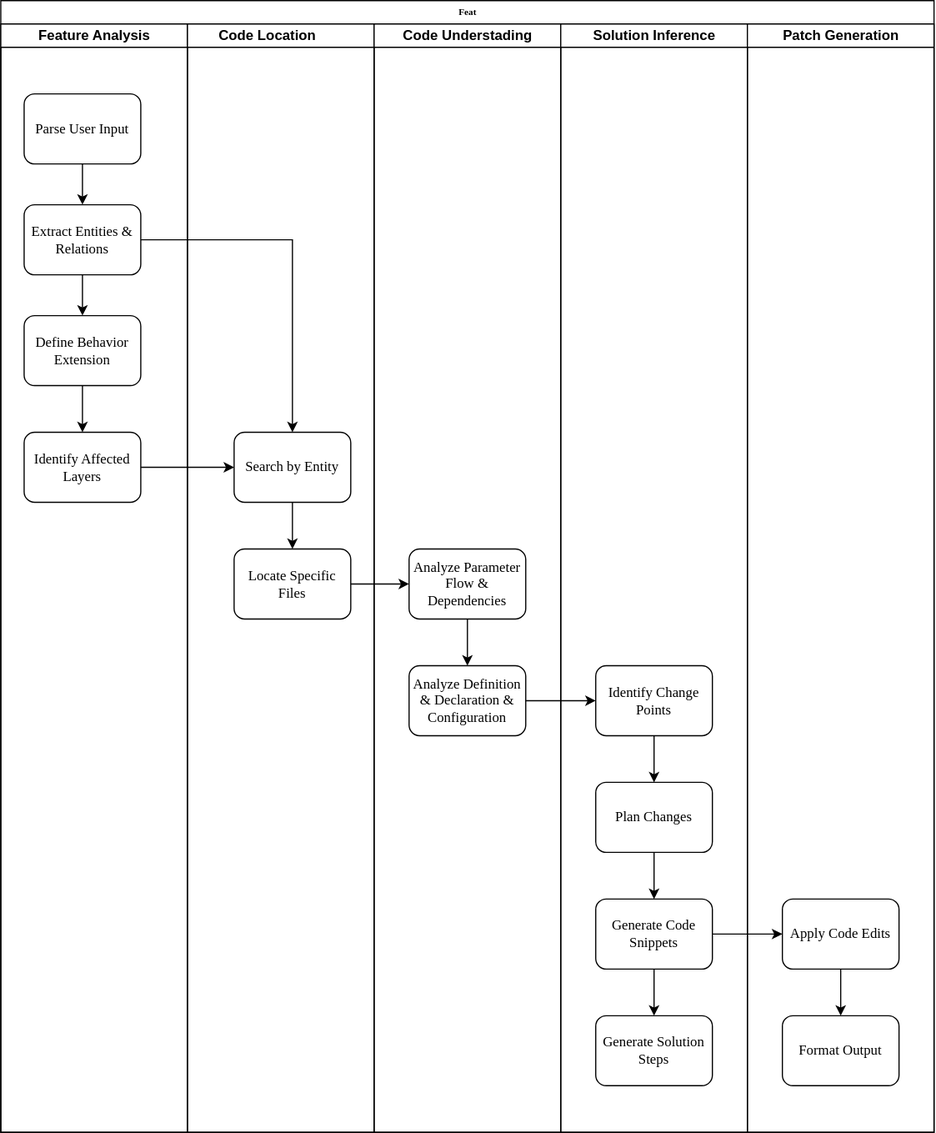
This is feat.svg from BullFrogDianDian/SoftEngineer, a draw.io export, as it was before one commit. Source tidied: cells renumbered, new cells last; positions are measured from the earlier drawing's top-left corner, leaving out a move shared by most shapes.
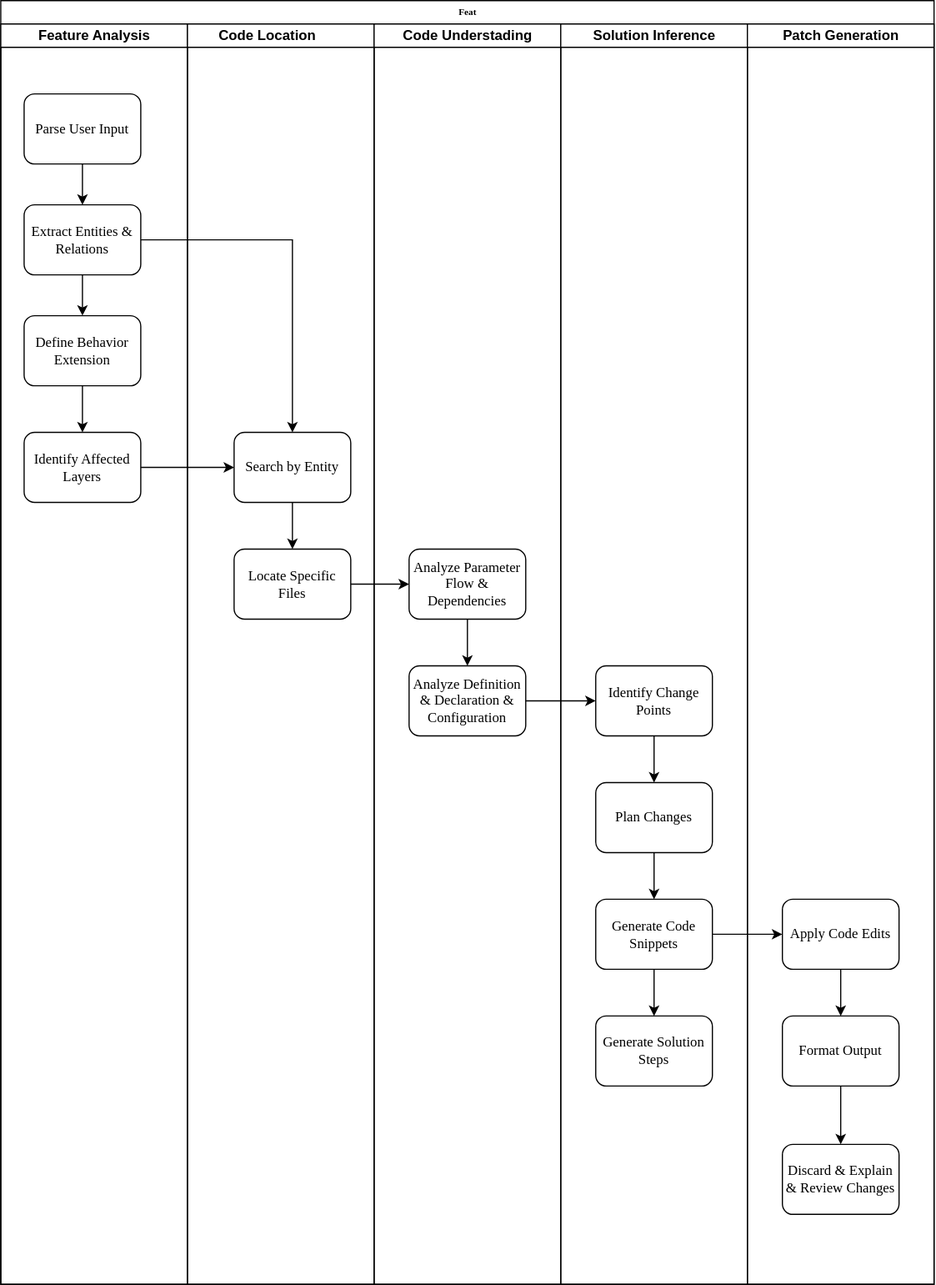
The same file after the commit.

Diff of the diagram source:
```diff
@@ -3,10 +3,10 @@
     <mxCell id="0" />
     <mxCell id="1" parent="0" />
     <mxCell id="2" value="Feat" style="swimlane;html=1;startSize=20;rounded=0;shadow=0;labelBackgroundColor=none;strokeWidth=1;fontFamily=Verdana;fontSize=8;align=center;" parent="1" vertex="1">
-      <mxGeometry width="800" height="970" as="geometry" />
+      <mxGeometry width="800" height="1100" as="geometry" />
     </mxCell>
     <mxCell id="3" value="Feature Analysis" style="swimlane;html=1;startSize=20;" parent="2" vertex="1">
-      <mxGeometry y="20" width="160" height="950" as="geometry" />
+      <mxGeometry y="20" width="160" height="1080" as="geometry" />
     </mxCell>
     <mxCell id="4" style="edgeStyle=orthogonalEdgeStyle;rounded=0;jettySize=auto;html=1;curved=0;endSize=6;startSize=6;" parent="3" edge="1" source="5" target="7">
       <mxGeometry relative="1" as="geometry" />
@@ -30,7 +30,7 @@
       <mxGeometry x="20" y="350" width="100" height="60" as="geometry" />
     </mxCell>
     <mxCell id="11" value="Code Location&lt;span style=&quot;white-space: pre;&quot;&gt;&#9;&lt;/span&gt;" style="swimlane;html=1;startSize=20;" parent="2" vertex="1">
-      <mxGeometry x="160" y="20" width="160" height="950" as="geometry" />
+      <mxGeometry x="160" y="20" width="160" height="1080" as="geometry" />
     </mxCell>
     <mxCell id="12" style="edgeStyle=orthogonalEdgeStyle;rounded=0;jettySize=auto;html=1;" parent="11" edge="1" source="13" target="14">
       <mxGeometry relative="1" as="geometry" />
@@ -42,7 +42,7 @@
       <mxGeometry x="40" y="450" width="100" height="60" as="geometry" />
     </mxCell>
     <mxCell id="15" value="Code Understading" style="swimlane;html=1;startSize=20;" parent="2" vertex="1">
-      <mxGeometry x="320" y="20" width="160" height="950" as="geometry" />
+      <mxGeometry x="320" y="20" width="160" height="1080" as="geometry" />
     </mxCell>
     <mxCell id="16" style="edgeStyle=orthogonalEdgeStyle;rounded=0;jettySize=auto;html=1;" parent="15" edge="1" source="17" target="18">
       <mxGeometry relative="1" as="geometry" />
@@ -54,7 +54,7 @@
       <mxGeometry x="30" y="550" width="100" height="60" as="geometry" />
     </mxCell>
     <mxCell id="19" value="Solution Inference" style="swimlane;html=1;startSize=20;" parent="2" vertex="1">
-      <mxGeometry x="480" y="20" width="160" height="950" as="geometry" />
+      <mxGeometry x="480" y="20" width="160" height="1080" as="geometry" />
     </mxCell>
     <mxCell id="20" style="edgeStyle=orthogonalEdgeStyle;rounded=0;jettySize=auto;html=1;" parent="19" edge="1" source="21" target="23">
       <mxGeometry relative="1" as="geometry" />
@@ -78,7 +78,7 @@
       <mxGeometry x="30" y="850" width="100" height="60" as="geometry" />
     </mxCell>
     <mxCell id="27" value="Patch Generation" style="swimlane;html=1;startSize=20;" parent="2" vertex="1">
-      <mxGeometry x="640" y="20" width="160" height="950" as="geometry" />
+      <mxGeometry x="640" y="20" width="160" height="1080" as="geometry" />
     </mxCell>
     <mxCell id="28" style="edgeStyle=orthogonalEdgeStyle;rounded=0;jettySize=auto;html=1;" parent="27" edge="1" source="29" target="30">
       <mxGeometry relative="1" as="geometry" />
@@ -86,9 +86,15 @@
     <mxCell id="29" value="&lt;font style=&quot;font-size: 12px;&quot;&gt;Apply Code Edits&lt;/font&gt;" style="rounded=1;whiteSpace=wrap;html=1;shadow=0;labelBackgroundColor=none;strokeWidth=1;fontFamily=Verdana;fontSize=8;align=center;" parent="27" vertex="1">
       <mxGeometry x="30" y="750" width="100" height="60" as="geometry" />
     </mxCell>
+    <mxCell id="36" style="edgeStyle=orthogonalEdgeStyle;rounded=0;jettySize=auto;html=1;" parent="27" edge="1" source="30" target="37">
+      <mxGeometry relative="1" as="geometry" />
+    </mxCell>
     <mxCell id="30" value="&lt;font style=&quot;font-size: 12px;&quot;&gt;Format Output&lt;/font&gt;" style="rounded=1;whiteSpace=wrap;html=1;shadow=0;labelBackgroundColor=none;strokeWidth=1;fontFamily=Verdana;fontSize=8;align=center;" parent="27" vertex="1">
       <mxGeometry x="30" y="850" width="100" height="60" as="geometry" />
     </mxCell>
+    <mxCell id="37" value="&lt;font style=&quot;font-size: 12px;&quot;&gt;Discard &amp;amp; Explain &amp;amp; Review Changes&lt;/font&gt;" style="rounded=1;whiteSpace=wrap;html=1;shadow=0;labelBackgroundColor=none;strokeWidth=1;fontFamily=Verdana;fontSize=8;align=center;" parent="27" vertex="1">
+      <mxGeometry x="30" y="960" width="100" height="60" as="geometry" />
+    </mxCell>
     <mxCell id="31" style="edgeStyle=orthogonalEdgeStyle;rounded=0;jettySize=auto;html=1;" parent="2" edge="1" source="10" target="13">
       <mxGeometry relative="1" as="geometry" />
     </mxCell>
```
